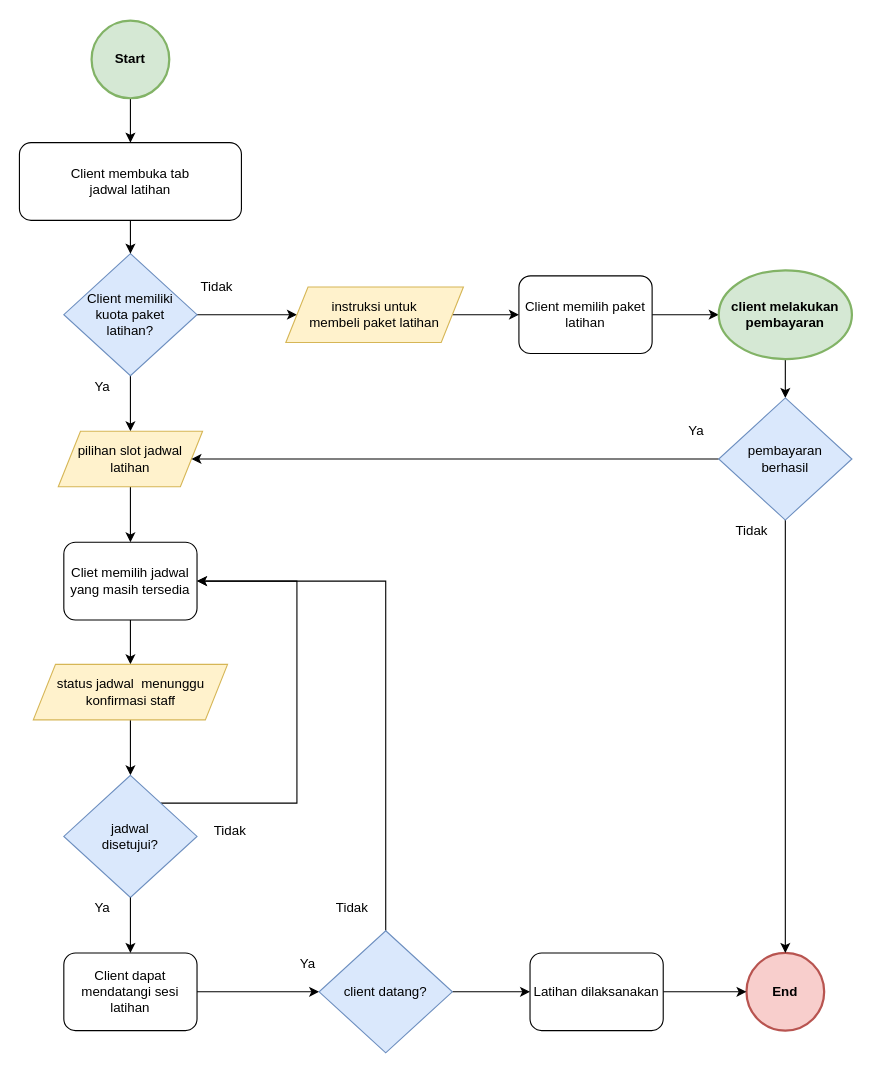
Earlier version of the draw.io diagram diagrams/user_flow/client_booking_jadwal_latihan.drawio (SynergyStudioBandung/synergy_studio_docs). Source tidied: cells renumbered, new cells numbered last; positions are measured from the earlier drawing's top-left corner, leaving out a move shared by most shapes. Both pictures are drawn from the tidied source at 111%, with x=0, y=0 at pixel (19, 20).
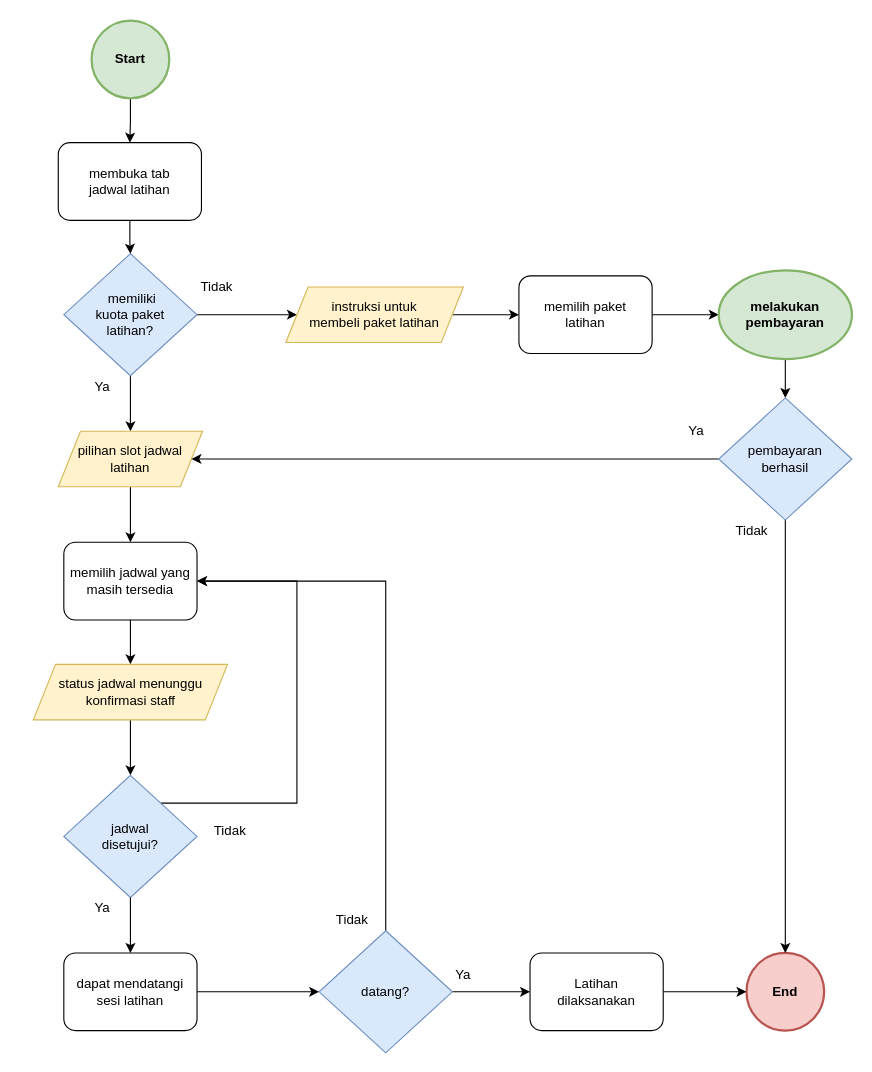
The same page after the edit.

The edit, as a diff of the source:
```diff
@@
-    <mxCell id="7" value="Client&amp;nbsp;memiliki &lt;br&gt;kuota&amp;nbsp;paket&lt;br&gt;latihan?" style="rhombus;whiteSpace=wrap;html=1;strokeWidth=1;fillColor=#dae8fc;strokeColor=#6c8ebf;" parent="1" vertex="1">
+    <mxCell id="7" value=" &amp;nbsp;memiliki &lt;br&gt;kuota&amp;nbsp;paket&lt;br&gt;latihan?" style="rhombus;whiteSpace=wrap;html=1;strokeWidth=1;fillColor=#dae8fc;strokeColor=#6c8ebf;" parent="1" vertex="1">
       <mxGeometry x="40" y="210" width="120" height="110" as="geometry" />
     </mxCell>
@@
-    <mxCell id="9" value="Client membuka tab&lt;br&gt;jadwal latihan" style="rounded=1;whiteSpace=wrap;html=1;fontSize=12;glass=0;strokeWidth=1;shadow=0;" parent="1" vertex="1">
-      <mxGeometry y="110" width="200" height="70" as="geometry" />
+    <mxCell id="9" value="  membuka tab&lt;br&gt;jadwal latihan" style="rounded=1;whiteSpace=wrap;html=1;fontSize=12;glass=0;strokeWidth=1;shadow=0;" parent="1" vertex="1">
+      <mxGeometry x="35" y="110" width="129" height="70" as="geometry" />
     </mxCell>
@@
-    <mxCell id="15" value="Cliet memilih jadwal yang masih tersedia" style="rounded=1;whiteSpace=wrap;html=1;fontSize=12;glass=0;strokeWidth=1;shadow=0;" parent="1" vertex="1">
+    <mxCell id="15" value="   memilih jadwal yang masih tersedia" style="rounded=1;whiteSpace=wrap;html=1;fontSize=12;glass=0;strokeWidth=1;shadow=0;" parent="1" vertex="1">
       <mxGeometry x="40" y="470" width="120" height="70" as="geometry" />
     </mxCell>
@@
-    <mxCell id="17" value="Client dapat mendatangi sesi latihan" style="rounded=1;whiteSpace=wrap;html=1;fontSize=12;glass=0;strokeWidth=1;shadow=0;" parent="1" vertex="1">
+    <mxCell id="17" value="  dapat mendatangi sesi latihan" style="rounded=1;whiteSpace=wrap;html=1;fontSize=12;glass=0;strokeWidth=1;shadow=0;" parent="1" vertex="1">
       <mxGeometry x="40" y="840" width="120" height="70" as="geometry" />
     </mxCell>
@@
-    <mxCell id="19" value="Client memilih paket latihan" style="rounded=1;whiteSpace=wrap;html=1;fontSize=12;glass=0;strokeWidth=1;shadow=0;" parent="1" vertex="1">
+    <mxCell id="19" value="  memilih paket&lt;br&gt;latihan" style="rounded=1;whiteSpace=wrap;html=1;fontSize=12;glass=0;strokeWidth=1;shadow=0;" parent="1" vertex="1">
       <mxGeometry x="450" y="230" width="120" height="70" as="geometry" />
     </mxCell>
@@
-    <mxCell id="23" value="status jadwal&amp;nbsp; menunggu konfirmasi staff" style="shape=parallelogram;perimeter=parallelogramPerimeter;whiteSpace=wrap;html=1;fixedSize=1;strokeWidth=1;fillColor=#fff2cc;strokeColor=#d6b656;" parent="1" vertex="1">
+    <mxCell id="23" value="status jadwal menunggu konfirmasi staff" style="shape=parallelogram;perimeter=parallelogramPerimeter;whiteSpace=wrap;html=1;fixedSize=1;strokeWidth=1;fillColor=#fff2cc;strokeColor=#d6b656;" parent="1" vertex="1">
       <mxGeometry x="12.5" y="580" width="175" height="50" as="geometry" />
     </mxCell>
@@
-    <mxCell id="31" value="client datang?" style="rhombus;whiteSpace=wrap;html=1;strokeWidth=1;fillColor=#dae8fc;strokeColor=#6c8ebf;" parent="1" vertex="1">
+    <mxCell id="31" value="  datang?" style="rhombus;whiteSpace=wrap;html=1;strokeWidth=1;fillColor=#dae8fc;strokeColor=#6c8ebf;" parent="1" vertex="1">
       <mxGeometry x="270" y="820" width="120" height="110" as="geometry" />
     </mxCell>
     <mxCell id="32" value="&lt;font color=&quot;#000000&quot;&gt;Tidak&lt;/font&gt;" style="text;html=1;strokeColor=none;fillColor=none;align=center;verticalAlign=middle;whiteSpace=wrap;rounded=0;fontColor=#FFFFFF;" parent="1" vertex="1">
-      <mxGeometry x="290" y="790" width="20" height="20" as="geometry" />
+      <mxGeometry x="290" y="800" width="20" height="20" as="geometry" />
     </mxCell>
@@
-    <mxCell id="34" value="Latihan dilaksanakan" style="rounded=1;whiteSpace=wrap;html=1;fontSize=12;glass=0;strokeWidth=1;shadow=0;" parent="1" vertex="1">
+    <mxCell id="34" value="Latihan&lt;br&gt;dilaksanakan" style="rounded=1;whiteSpace=wrap;html=1;fontSize=12;glass=0;strokeWidth=1;shadow=0;" parent="1" vertex="1">
       <mxGeometry x="460" y="840" width="120" height="70" as="geometry" />
     </mxCell>
     <mxCell id="35" value="&lt;font color=&quot;#000000&quot;&gt;Ya&lt;/font&gt;" style="text;html=1;strokeColor=none;fillColor=none;align=center;verticalAlign=middle;whiteSpace=wrap;rounded=0;fontColor=#FFFFFF;" parent="1" vertex="1">
-      <mxGeometry x="250" y="840" width="20" height="20" as="geometry" />
+      <mxGeometry x="390" y="850" width="20" height="20" as="geometry" />
     </mxCell>
@@
-    <mxCell id="37" value="client melakukan&lt;br&gt;pembayaran" style="ellipse;whiteSpace=wrap;html=1;fillColor=#d5e8d4;strokeColor=#82b366;strokeWidth=2;fontStyle=1;" parent="1" vertex="1">
+    <mxCell id="37" value="  melakukan&lt;br&gt;pembayaran" style="ellipse;whiteSpace=wrap;html=1;fillColor=#d5e8d4;strokeColor=#82b366;strokeWidth=2;fontStyle=1;" parent="1" vertex="1">
       <mxGeometry x="630" y="225" width="120" height="80" as="geometry" />
     </mxCell>
```
